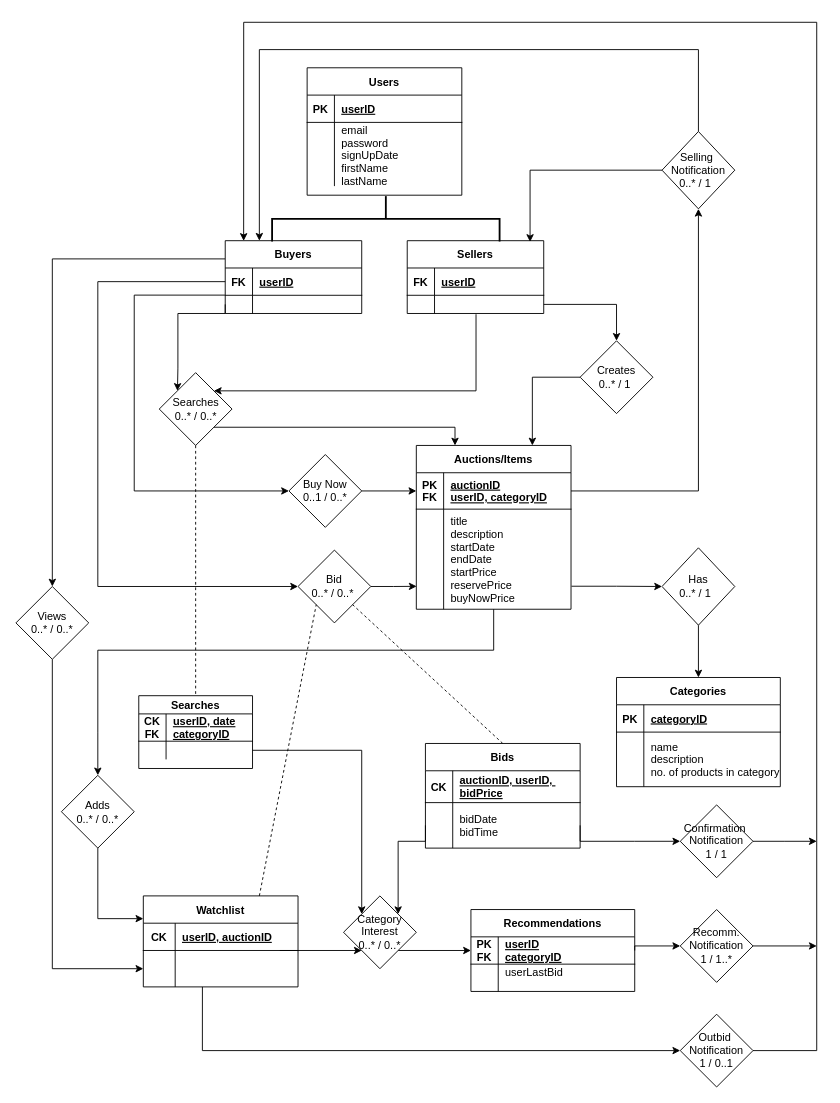
Above: ER_diagram.drawio in shaundbs/databases-coursework (draw.io), before the change. Source tidied: cells renumbered, new cells numbered last; positions are measured from the earlier drawing's top-left corner, leaving out a move shared by most shapes. Both pictures are drawn from the tidied source at 91%, with x=0, y=0 at pixel (15, 22).
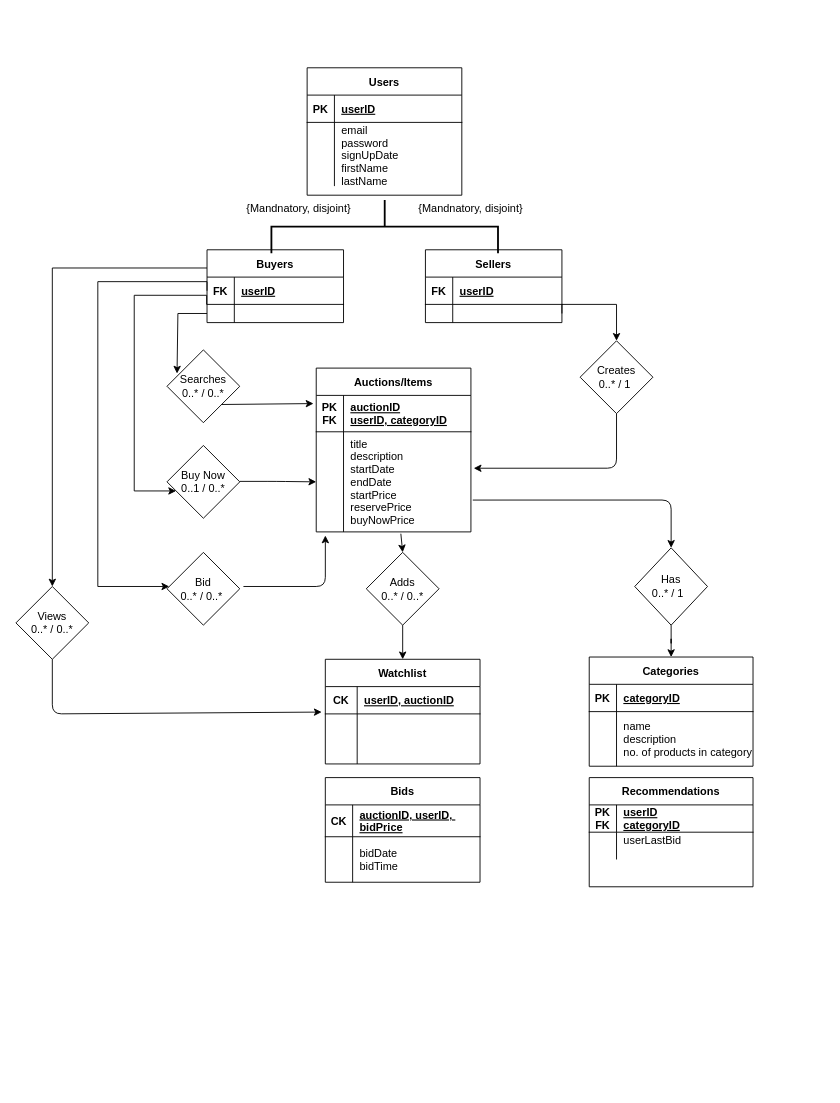
After the change.

The change refers to these unchanged cells:
```xml
<mxCell id="4" style="shape=partialRectangle;fillColor=none;points=[[0,0.5],[1,0.5]];portConstraint=eastwest;top=0;left=0;right=0;bottom=1;" parent="3" vertex="1">
  <mxGeometry y="30" width="150" height="30" as="geometry" />
</mxCell>
<mxCell id="7" style="shape=partialRectangle;fillColor=none;points=[[0,0.5],[1,0.5]];portConstraint=eastwest;top=0;left=0;right=0;bottom=0;" parent="3" vertex="1">
  <mxGeometry y="60" width="150" height="20" as="geometry" />
</mxCell>
<mxCell id="14" style="shape=partialRectangle;fillColor=none;points=[[0,0.5],[1,0.5]];portConstraint=eastwest;top=0;left=0;right=0;bottom=0;" parent="10" vertex="1">
  <mxGeometry y="60" width="150" height="20" as="geometry" />
</mxCell>
<mxCell id="26" value="Creates&lt;br&gt;0..* / 1&amp;nbsp;" style="rhombus;whiteSpace=wrap;html=1;" parent="1" vertex="1">
  <mxGeometry x="620" y="350" width="80" height="80" as="geometry" />
</mxCell>
<mxCell id="42" style="shape=partialRectangle;fillColor=none;points=[[0,0.5],[1,0.5]];portConstraint=eastwest;top=0;left=0;right=0;bottom=1;" parent="41" vertex="1">
  <mxGeometry y="30" width="170" height="40" as="geometry" />
</mxCell>
<mxCell id="45" style="shape=partialRectangle;fillColor=none;points=[[0,0.5],[1,0.5]];portConstraint=eastwest;top=0;left=0;right=0;bottom=0;" parent="41" vertex="1">
  <mxGeometry y="70" width="170" height="110" as="geometry" />
</mxCell>
<mxCell id="57" value="Views&lt;br&gt;0..* / 0..*" style="rhombus;whiteSpace=wrap;html=1;" parent="1" vertex="1">
  <mxGeometry y="620" width="80" height="80" as="geometry" />
</mxCell>
<mxCell id="84" style="shape=partialRectangle;fillColor=none;top=0;left=0;bottom=1;right=0;points=[[0,0.5],[1,0.5]];portConstraint=eastwest;" parent="83" vertex="1">
  <mxGeometry y="30" width="180" height="30" as="geometry" />
</mxCell>
<mxCell id="94" style="shape=partialRectangle;fillColor=none;points=[[0,0.5],[1,0.5]];portConstraint=eastwest;top=0;left=0;right=0;bottom=0;" parent="90" vertex="1">
  <mxGeometry y="65" width="170" height="50" as="geometry" />
</mxCell>
```

Change to the diagram source:
```diff
@@
     <mxCell id="3" value="Buyers" style="shape=table;startSize=30;childLayout=tableLayout;rowLines=0;fontStyle=1;align=center;" parent="1" vertex="1">
-      <mxGeometry x="230" y="240" width="150" height="80" as="geometry" />
+      <mxGeometry x="210" y="250" width="150" height="80" as="geometry" />
     </mxCell>
@@
     <mxCell id="10" value="Sellers" style="shape=table;startSize=30;childLayout=tableLayout;rowLines=0;fontStyle=1;align=center;" parent="1" vertex="1">
-      <mxGeometry x="430" y="240" width="150" height="80" as="geometry" />
+      <mxGeometry x="450" y="250" width="150" height="80" as="geometry" />
     </mxCell>
@@
     <mxCell id="17" style="strokeWidth=2;html=1;shape=mxgraph.flowchart.annotation_2;align=left;labelPosition=right;rotation=90;" parent="1" vertex="1">
-      <mxGeometry x="381.5" y="91" width="50" height="250" as="geometry" />
+      <mxGeometry x="376" y="100" width="58.5" height="249" as="geometry" />
     </mxCell>
@@
-    <mxCell id="25" style="edgeStyle=orthogonalEdgeStyle;rounded=0;jettySize=auto;html=1;exitX=0;exitY=0.5;exitDx=0;exitDy=0;entryX=0.75;entryY=0;entryDx=0;entryDy=0;" parent="1" edge="1" source="26" target="41">
-      <mxGeometry relative="1" as="geometry" />
-    </mxCell>
@@
-    <mxCell id="28" style="edgeStyle=orthogonalEdgeStyle;rounded=0;jettySize=auto;html=1;exitX=1;exitY=1;exitDx=0;exitDy=0;entryX=0.25;entryY=0;entryDx=0;entryDy=0;" parent="1" edge="1" source="29" target="41">
-      <mxGeometry relative="1" as="geometry">
-        <Array as="points">
-          <mxPoint x="483" y="445" />
-        </Array>
-      </mxGeometry>
-    </mxCell>
     <mxCell id="29" value="Searches&lt;br&gt;0..* / 0..*" style="rhombus;whiteSpace=wrap;html=1;" parent="1" vertex="1">
-      <mxGeometry x="157.5" y="385" width="80" height="80" as="geometry" />
+      <mxGeometry x="166" y="360" width="80" height="80" as="geometry" />
     </mxCell>
-    <mxCell id="30" style="edgeStyle=orthogonalEdgeStyle;rounded=0;jettySize=auto;html=1;entryX=0;entryY=0;entryDx=0;entryDy=0;" parent="1" edge="1" target="29">
+    <mxCell id="30" style="edgeStyle=orthogonalEdgeStyle;rounded=0;jettySize=auto;html=1;entryX=0.138;entryY=0.325;entryDx=0;entryDy=0;exitX=0;exitY=0.5;exitDx=0;exitDy=0;entryPerimeter=0;" parent="1" edge="1" source="7" target="29">
       <mxGeometry relative="1" as="geometry">
-        <mxPoint x="230" y="310" as="sourcePoint" />
         <Array as="points">
-          <mxPoint x="230" y="320" />
           <mxPoint x="178" y="320" />
-          <mxPoint x="178" y="380" />
         </Array>
       </mxGeometry>
     </mxCell>
     <mxCell id="31" value="Bid&lt;br&gt;0..* / 0..*&amp;nbsp;" style="rhombus;whiteSpace=wrap;html=1;" parent="1" vertex="1">
-      <mxGeometry x="310" y="580" width="80" height="80" as="geometry" />
+      <mxGeometry x="166" y="582.5" width="80" height="80" as="geometry" />
     </mxCell>
-    <mxCell id="32" style="edgeStyle=orthogonalEdgeStyle;rounded=0;jettySize=auto;html=1;entryX=0;entryY=0.5;entryDx=0;entryDy=0;exitX=0;exitY=0.5;exitDx=0;exitDy=0;" parent="1" edge="1" source="4" target="31">
+    <mxCell id="32" style="edgeStyle=orthogonalEdgeStyle;rounded=0;jettySize=auto;html=1;exitX=0;exitY=0.5;exitDx=0;exitDy=0;" parent="1" edge="1" source="4" target="31">
       <mxGeometry relative="1" as="geometry">
         <Array as="points">
+          <mxPoint x="210" y="285" />
           <mxPoint x="90" y="285" />
           <mxPoint x="90" y="620" />
         </Array>
       </mxGeometry>
     </mxCell>
-    <mxCell id="33" style="edgeStyle=orthogonalEdgeStyle;rounded=0;jettySize=auto;html=1;exitX=1;exitY=0.5;exitDx=0;exitDy=0;entryX=0.002;entryY=0.771;entryDx=0;entryDy=0;entryPerimeter=0;" parent="1" edge="1" source="31" target="45">
-      <mxGeometry relative="1" as="geometry" />
-    </mxCell>
     <mxCell id="34" value="Adds&lt;br&gt;0..* / 0..*" style="rhombus;whiteSpace=wrap;html=1;" parent="1" vertex="1">
-      <mxGeometry x="50" y="827.5" width="80" height="80" as="geometry" />
+      <mxGeometry x="385" y="582.5" width="80" height="80" as="geometry" />
     </mxCell>
-    <mxCell id="35" style="edgeStyle=orthogonalEdgeStyle;rounded=0;jettySize=auto;html=1;entryX=0.5;entryY=0;entryDx=0;entryDy=0;exitX=0.5;exitY=1;exitDx=0;exitDy=0;" parent="1" edge="1" source="41" target="34">
-      <mxGeometry relative="1" as="geometry">
-        <Array as="points">
-          <mxPoint x="525" y="690" />
-          <mxPoint x="90" y="690" />
-          <mxPoint x="90" y="780" />
-        </Array>
-      </mxGeometry>
-    </mxCell>
-    <mxCell id="36" style="edgeStyle=orthogonalEdgeStyle;rounded=0;jettySize=auto;html=1;entryX=0;entryY=0.25;entryDx=0;entryDy=0;exitX=0.5;exitY=1;exitDx=0;exitDy=0;" parent="1" edge="1" source="34" target="76">
-      <mxGeometry relative="1" as="geometry">
-        <Array as="points">
-          <mxPoint x="90" y="985" />
-        </Array>
-      </mxGeometry>
-    </mxCell>
@@
     <mxCell id="38" value="Has&lt;br&gt;0..* / 1 &amp;nbsp;" style="rhombus;whiteSpace=wrap;html=1;" parent="1" vertex="1">
-      <mxGeometry x="710" y="577.5" width="80" height="85" as="geometry" />
+      <mxGeometry x="680" y="577.5" width="80" height="85" as="geometry" />
     </mxCell>
-    <mxCell id="39" style="edgeStyle=orthogonalEdgeStyle;rounded=0;jettySize=auto;html=1;entryX=0;entryY=1;entryDx=0;entryDy=0;" parent="1" edge="1" target="48">
-      <mxGeometry relative="1" as="geometry">
-        <mxPoint x="290" y="1020" as="sourcePoint" />
-        <Array as="points">
-          <mxPoint x="290" y="1020" />
-        </Array>
-      </mxGeometry>
-    </mxCell>
-    <mxCell id="40" style="edgeStyle=orthogonalEdgeStyle;rounded=0;jettySize=auto;html=1;exitX=1;exitY=1;exitDx=0;exitDy=0;entryX=0;entryY=0.5;entryDx=0;entryDy=0;" parent="1" edge="1" source="48" target="84">
-      <mxGeometry relative="1" as="geometry" />
-    </mxCell>
     <mxCell id="41" value="Auctions/Items" style="shape=table;startSize=30;childLayout=tableLayout;rowLines=0;fontStyle=1;align=center;" parent="1" vertex="1">
-      <mxGeometry x="440" y="465" width="170" height="180" as="geometry" />
+      <mxGeometry x="330" y="380" width="170" height="180" as="geometry" />
     </mxCell>
@@
-    <mxCell id="48" value="Category Interest&lt;br&gt;0..* / 0..*" style="rhombus;whiteSpace=wrap;html=1;" parent="1" vertex="1">
-      <mxGeometry x="360" y="960" width="80" height="80" as="geometry" />
-    </mxCell>
-    <mxCell id="49" style="edgeStyle=orthogonalEdgeStyle;rounded=0;jettySize=auto;html=1;exitX=0;exitY=0.5;exitDx=0;exitDy=0;entryX=1;entryY=0;entryDx=0;entryDy=0;" parent="1" edge="1" source="94" target="48">
-      <mxGeometry relative="1" as="geometry">
-        <Array as="points">
-          <mxPoint x="450" y="900" />
-          <mxPoint x="420" y="900" />
-        </Array>
-      </mxGeometry>
-    </mxCell>
-    <mxCell id="50" style="edgeStyle=orthogonalEdgeStyle;rounded=0;jettySize=auto;html=1;exitX=1;exitY=0.5;exitDx=0;exitDy=0;entryX=0.135;entryY=0.003;entryDx=0;entryDy=0;entryPerimeter=0;" parent="1" edge="1" source="61" target="3">
-      <mxGeometry relative="1" as="geometry">
-        <Array as="points">
-          <mxPoint x="880" y="1130" />
-          <mxPoint x="880" />
-          <mxPoint x="250" />
-          <mxPoint x="250" y="240" />
-        </Array>
-      </mxGeometry>
-    </mxCell>
-    <mxCell id="51" value="Recomm.&lt;br&gt;Notification&lt;br&gt;1 / 1..*" style="rhombus;whiteSpace=wrap;html=1;" parent="1" vertex="1">
-      <mxGeometry x="730" y="975" width="80" height="80" as="geometry" />
-    </mxCell>
-    <mxCell id="52" style="edgeStyle=orthogonalEdgeStyle;rounded=0;jettySize=auto;html=1;entryX=0;entryY=0.5;entryDx=0;entryDy=0;exitX=0.382;exitY=1.001;exitDx=0;exitDy=0;exitPerimeter=0;" parent="1" edge="1" source="80" target="61">
-      <mxGeometry relative="1" as="geometry">
-        <Array as="points">
-          <mxPoint x="205" y="1130" />
-        </Array>
-      </mxGeometry>
-    </mxCell>
-    <mxCell id="53" style="edgeStyle=orthogonalEdgeStyle;rounded=0;jettySize=auto;html=1;entryX=0;entryY=0.5;entryDx=0;entryDy=0;exitX=1;exitY=0.5;exitDx=0;exitDy=0;" parent="1" edge="1" source="84" target="51">
-      <mxGeometry relative="1" as="geometry">
-        <Array as="points">
-          <mxPoint x="680" y="1015" />
-        </Array>
-      </mxGeometry>
-    </mxCell>
-    <mxCell id="54" style="edgeStyle=orthogonalEdgeStyle;rounded=0;jettySize=auto;html=1;exitX=1;exitY=0.5;exitDx=0;exitDy=0;entryX=0;entryY=0.5;entryDx=0;entryDy=0;" parent="1" edge="1" source="94" target="63">
-      <mxGeometry relative="1" as="geometry">
-        <Array as="points">
-          <mxPoint x="680" y="900" />
-          <mxPoint x="680" y="900" />
-        </Array>
-      </mxGeometry>
-    </mxCell>
-    <mxCell id="55" style="endArrow=none;dashed=1;html=1;entryX=1;entryY=1;entryDx=0;entryDy=0;exitX=0.5;exitY=0;exitDx=0;exitDy=0;" parent="1" edge="1" source="90" target="31">
-      <mxGeometry relative="1" as="geometry" />
-    </mxCell>
-    <mxCell id="56" style="edgeStyle=orthogonalEdgeStyle;rounded=0;jettySize=auto;html=1;exitX=0.5;exitY=1;exitDx=0;exitDy=0;entryX=0;entryY=0.5;entryDx=0;entryDy=0;" parent="1" edge="1" source="57" target="80">
-      <mxGeometry relative="1" as="geometry">
-        <Array as="points">
-          <mxPoint x="40" y="1040" />
-        </Array>
-      </mxGeometry>
-    </mxCell>
@@
-    <mxCell id="58" style="endArrow=none;dashed=1;html=1;exitX=0.5;exitY=1;exitDx=0;exitDy=0;entryX=0.5;entryY=0;entryDx=0;entryDy=0;" parent="1" edge="1" source="29" target="69">
-      <mxGeometry relative="1" as="geometry" />
-    </mxCell>
-    <mxCell id="59" style="edgeStyle=orthogonalEdgeStyle;rounded=0;jettySize=auto;html=1;exitX=1;exitY=0.5;exitDx=0;exitDy=0;entryX=0;entryY=0;entryDx=0;entryDy=0;" parent="1" edge="1" source="73" target="48">
-      <mxGeometry relative="1" as="geometry" />
-    </mxCell>
-    <mxCell id="60" style="edgeStyle=orthogonalEdgeStyle;rounded=0;jettySize=auto;html=1;exitX=1;exitY=0.5;exitDx=0;exitDy=0;" parent="1" edge="1" source="51">
-      <mxGeometry relative="1" as="geometry">
-        <mxPoint x="880" y="1015" as="targetPoint" />
-        <Array as="points">
-          <mxPoint x="880" y="1015" />
-        </Array>
-      </mxGeometry>
-    </mxCell>
-    <mxCell id="61" value="Outbid&amp;nbsp;&lt;br&gt;Notification&lt;br&gt;1 / 0..1" style="rhombus;whiteSpace=wrap;html=1;" parent="1" vertex="1">
-      <mxGeometry x="730" y="1090" width="80" height="80" as="geometry" />
-    </mxCell>
-    <mxCell id="62" style="edgeStyle=orthogonalEdgeStyle;rounded=0;jettySize=auto;html=1;exitX=1;exitY=0.5;exitDx=0;exitDy=0;" parent="1" edge="1" source="63">
-      <mxGeometry relative="1" as="geometry">
-        <mxPoint x="880" y="900" as="targetPoint" />
-      </mxGeometry>
-    </mxCell>
-    <mxCell id="63" value="Confirmation&amp;nbsp;&lt;br&gt;Notification&lt;br&gt;1 / 1" style="rhombus;whiteSpace=wrap;html=1;" parent="1" vertex="1">
-      <mxGeometry x="730" y="860" width="80" height="80" as="geometry" />
-    </mxCell>
-    <mxCell id="64" style="edgeStyle=orthogonalEdgeStyle;rounded=0;jettySize=auto;html=1;exitX=1;exitY=0.5;exitDx=0;exitDy=0;entryX=0;entryY=0.5;entryDx=0;entryDy=0;" parent="1" edge="1" source="65" target="42">
-      <mxGeometry relative="1" as="geometry">
-        <Array as="points">
-          <mxPoint x="380" y="515" />
-        </Array>
-      </mxGeometry>
-    </mxCell>
     <mxCell id="65" value="Buy Now&lt;br&gt;0..1 / 0..*" style="rhombus;whiteSpace=wrap;html=1;" parent="1" vertex="1">
-      <mxGeometry x="300" y="475" width="80" height="80" as="geometry" />
+      <mxGeometry x="166" y="465" width="80" height="80" as="geometry" />
     </mxCell>
-    <mxCell id="66" style="edgeStyle=orthogonalEdgeStyle;rounded=0;jettySize=auto;html=1;exitX=-0.003;exitY=-0.01;exitDx=0;exitDy=0;entryX=0;entryY=0.5;entryDx=0;entryDy=0;exitPerimeter=0;" parent="1" edge="1" source="7" target="65">
+    <mxCell id="66" style="edgeStyle=orthogonalEdgeStyle;rounded=0;jettySize=auto;html=1;exitX=-0.003;exitY=-0.01;exitDx=0;exitDy=0;exitPerimeter=0;" parent="1" edge="1" source="7" target="65">
       <mxGeometry relative="1" as="geometry">
         <Array as="points">
+          <mxPoint x="210" y="300" />
           <mxPoint x="130" y="300" />
           <mxPoint x="130" y="515" />
         </Array>
       </mxGeometry>
     </mxCell>
-    <mxCell id="67" style="edgeStyle=orthogonalEdgeStyle;rounded=0;jettySize=auto;html=1;exitX=1.003;exitY=0.77;exitDx=0;exitDy=0;entryX=0;entryY=0.5;entryDx=0;entryDy=0;exitPerimeter=0;" parent="1" edge="1" source="45" target="38">
-      <mxGeometry relative="1" as="geometry" />
-    </mxCell>
-    <mxCell id="68" style="endArrow=none;dashed=1;html=1;entryX=0;entryY=1;entryDx=0;entryDy=0;exitX=0.75;exitY=0;exitDx=0;exitDy=0;" parent="1" edge="1" source="76" target="31">
-      <mxGeometry relative="1" as="geometry" />
-    </mxCell>
-    <mxCell id="69" value="Searches" style="shape=table;startSize=20;childLayout=tableLayout;rowLines=0;fontStyle=1;align=center;" parent="1" vertex="1">
-      <mxGeometry x="135" y="740" width="125" height="80" as="geometry" />
-    </mxCell>
-    <mxCell id="70" style="shape=partialRectangle;fillColor=none;top=0;left=0;right=0;bottom=1;" parent="69" vertex="1">
-      <mxGeometry y="20" width="125" height="30" as="geometry" />
-    </mxCell>
-    <mxCell id="71" value="CK&#10;FK" style="shape=partialRectangle;overflow=hidden;fillColor=none;top=0;left=0;bottom=0;right=0;fontStyle=1;" parent="70" vertex="1">
-      <mxGeometry width="30" height="30" as="geometry" />
-    </mxCell>
-    <mxCell id="72" value="userID, date&#10;categoryID" style="shape=partialRectangle;overflow=hidden;fillColor=none;top=0;left=0;bottom=0;right=0;align=left;spacingLeft=6;fontStyle=5;" parent="70" vertex="1">
-      <mxGeometry x="30" width="95" height="30" as="geometry" />
-    </mxCell>
-    <mxCell id="73" style="shape=partialRectangle;fillColor=none;points=[[0,0.5],[1,0.5]];portConstraint=eastwest;top=0;left=0;right=0;bottom=0;" parent="69" vertex="1">
-      <mxGeometry y="50" width="125" height="20" as="geometry" />
-    </mxCell>
-    <mxCell id="74" style="shape=partialRectangle;overflow=hidden;fillColor=none;top=0;left=0;bottom=0;right=0;" parent="73" vertex="1">
-      <mxGeometry width="30" height="20" as="geometry" />
-    </mxCell>
-    <mxCell id="75" style="shape=partialRectangle;overflow=hidden;fillColor=none;top=0;left=0;bottom=0;right=0;align=left;spacingLeft=6;" parent="73" vertex="1">
-      <mxGeometry x="30" width="95" height="20" as="geometry" />
-    </mxCell>
     <mxCell id="76" value="Watchlist" style="shape=table;startSize=30;childLayout=tableLayout;rowLines=0;fontStyle=1;align=center;" parent="1" vertex="1">
-      <mxGeometry x="140" y="960" width="170" height="100" as="geometry" />
+      <mxGeometry x="340" y="700" width="170" height="115" as="geometry" />
     </mxCell>
@@
     <mxCell id="80" style="shape=partialRectangle;fillColor=none;points=[[0,0.5],[1,0.5]];portConstraint=eastwest;top=0;left=0;right=0;bottom=0;" parent="76" vertex="1">
-      <mxGeometry y="60" width="170" height="40" as="geometry" />
+      <mxGeometry y="60" width="170" height="55" as="geometry" />
     </mxCell>
     <mxCell id="81" style="shape=partialRectangle;overflow=hidden;fillColor=none;top=0;left=0;bottom=0;right=0;" parent="80" vertex="1">
-      <mxGeometry width="35" height="40" as="geometry" />
+      <mxGeometry width="35" height="55" as="geometry" />
     </mxCell>
     <mxCell id="82" style="shape=partialRectangle;overflow=hidden;fillColor=none;top=0;left=0;bottom=0;right=0;align=left;spacingLeft=6;" parent="80" vertex="1">
-      <mxGeometry x="35" width="135" height="40" as="geometry" />
+      <mxGeometry x="35" width="135" height="55" as="geometry" />
     </mxCell>
     <mxCell id="83" value="Recommendations" style="shape=table;startSize=30;childLayout=tableLayout;rowLines=0;fontStyle=1;align=center;" parent="1" vertex="1">
-      <mxGeometry x="500" y="975" width="180" height="90" as="geometry" />
+      <mxGeometry x="630" y="830" width="180" height="120" as="geometry" />
     </mxCell>
@@
     <mxCell id="90" value="Bids" style="shape=table;startSize=30;childLayout=tableLayout;rowLines=0;fontStyle=1;align=center;" parent="1" vertex="1">
-      <mxGeometry x="450" y="792.5" width="170" height="115" as="geometry" />
+      <mxGeometry x="340" y="830" width="170" height="115" as="geometry" />
     </mxCell>
@@
     <mxCell id="97" value="Categories" style="shape=table;startSize=30;childLayout=tableLayout;rowLines=0;fontStyle=1;align=center;" parent="1" vertex="1">
-      <mxGeometry x="660" y="720" width="180" height="120" as="geometry" />
+      <mxGeometry x="630" y="697.5" width="180" height="120" as="geometry" />
     </mxCell>
@@
-    <mxCell id="104" style="edgeStyle=orthogonalEdgeStyle;rounded=0;jettySize=auto;html=1;exitX=1;exitY=0.5;exitDx=0;exitDy=0;entryX=0.5;entryY=1;entryDx=0;entryDy=0;" parent="1" edge="1" source="42" target="107">
-      <mxGeometry relative="1" as="geometry">
-        <Array as="points">
-          <mxPoint x="750" y="515" />
-        </Array>
-      </mxGeometry>
-    </mxCell>
-    <mxCell id="105" style="edgeStyle=orthogonalEdgeStyle;rounded=0;jettySize=auto;html=1;exitX=0;exitY=0.5;exitDx=0;exitDy=0;entryX=0.9;entryY=0.017;entryDx=0;entryDy=0;entryPerimeter=0;" parent="1" edge="1" source="107" target="10">
-      <mxGeometry relative="1" as="geometry">
-        <Array as="points">
-          <mxPoint x="565" y="163" />
-        </Array>
-      </mxGeometry>
-    </mxCell>
-    <mxCell id="106" style="edgeStyle=orthogonalEdgeStyle;rounded=0;jettySize=auto;html=1;exitX=0.5;exitY=0;exitDx=0;exitDy=0;entryX=0.25;entryY=0;entryDx=0;entryDy=0;" parent="1" edge="1" source="107" target="3">
-      <mxGeometry relative="1" as="geometry">
-        <Array as="points">
-          <mxPoint x="750" y="30" />
-          <mxPoint x="268" y="30" />
-        </Array>
-      </mxGeometry>
-    </mxCell>
-    <mxCell id="107" value="Selling&amp;nbsp;&lt;br&gt;Notification&lt;br&gt;0..* / 1 &amp;nbsp;" style="rhombus;whiteSpace=wrap;html=1;" parent="1" vertex="1">
-      <mxGeometry x="710" y="120" width="80" height="85" as="geometry" />
-    </mxCell>
-    <mxCell id="108" style="edgeStyle=orthogonalEdgeStyle;rounded=0;jettySize=auto;html=1;entryX=1;entryY=0;entryDx=0;entryDy=0;exitX=0.504;exitY=1.041;exitDx=0;exitDy=0;exitPerimeter=0;" parent="1" edge="1" source="14" target="29">
-      <mxGeometry relative="1" as="geometry">
-        <Array as="points">
-          <mxPoint x="506" y="405" />
-        </Array>
-      </mxGeometry>
-    </mxCell>
+    <mxCell id="109" value="{Mandnatory, disjoint}" style="text;html=1;strokeColor=none;fillColor=none;align=center;verticalAlign=middle;whiteSpace=wrap;rounded=0;" parent="1" vertex="1">
+      <mxGeometry x="246" y="190" width="130" height="30" as="geometry" />
+    </mxCell>
+    <mxCell id="110" value="{Mandnatory, disjoint}" style="text;html=1;strokeColor=none;fillColor=none;align=center;verticalAlign=middle;whiteSpace=wrap;rounded=0;" parent="1" vertex="1">
+      <mxGeometry x="434.5" y="190" width="130" height="30" as="geometry" />
+    </mxCell>
+    <mxCell id="111" style="endArrow=classic;html=1;exitX=1;exitY=1;exitDx=0;exitDy=0;" parent="1" edge="1" source="29">
+      <mxGeometry relative="1" as="geometry">
+        <mxPoint x="327" y="419" as="targetPoint" />
+      </mxGeometry>
+    </mxCell>
+    <mxCell id="112" style="endArrow=classic;html=1;entryX=0;entryY=0.5;entryDx=0;entryDy=0;" parent="1" edge="1" target="45">
+      <mxGeometry relative="1" as="geometry">
+        <mxPoint x="246" y="504.5" as="sourcePoint" />
+        <Array as="points">
+          <mxPoint x="286" y="504.5" />
+        </Array>
+      </mxGeometry>
+    </mxCell>
+    <mxCell id="113" style="endArrow=classic;html=1;entryX=0.059;entryY=1.036;entryDx=0;entryDy=0;entryPerimeter=0;" parent="1" edge="1" target="45">
+      <mxGeometry relative="1" as="geometry">
+        <mxPoint x="250" y="620" as="sourcePoint" />
+        <Array as="points">
+          <mxPoint x="340" y="620" />
+        </Array>
+      </mxGeometry>
+    </mxCell>
+    <mxCell id="114" style="endArrow=classic;html=1;exitX=0.5;exitY=1;exitDx=0;exitDy=0;entryX=1.018;entryY=0.364;entryDx=0;entryDy=0;entryPerimeter=0;" parent="1" edge="1" source="26" target="45">
+      <mxGeometry relative="1" as="geometry">
+        <Array as="points">
+          <mxPoint x="660" y="490" />
+        </Array>
+      </mxGeometry>
+    </mxCell>
+    <mxCell id="115" style="endArrow=classic;html=1;exitX=0.5;exitY=1;exitDx=0;exitDy=0;" parent="1" edge="1" source="57">
+      <mxGeometry relative="1" as="geometry">
+        <mxPoint x="336" y="758" as="targetPoint" />
+        <Array as="points">
+          <mxPoint x="40" y="760" />
+        </Array>
+      </mxGeometry>
+    </mxCell>
+    <mxCell id="116" style="endArrow=classic;html=1;exitX=0.547;exitY=1.018;exitDx=0;exitDy=0;exitPerimeter=0;entryX=0.5;entryY=0;entryDx=0;entryDy=0;" parent="1" edge="1" source="45" target="34">
+      <mxGeometry relative="1" as="geometry" />
+    </mxCell>
+    <mxCell id="36" style="endArrow=classic;html=1;entryX=0.5;entryY=0;entryDx=0;entryDy=0;exitX=0.5;exitY=1;exitDx=0;exitDy=0;" parent="1" edge="1" source="34" target="76">
+      <mxGeometry relative="1" as="geometry" />
+    </mxCell>
+    <mxCell id="67" style="endArrow=classic;html=1;exitX=1.012;exitY=0.682;exitDx=0;exitDy=0;exitPerimeter=0;entryX=0.5;entryY=0;entryDx=0;entryDy=0;" parent="1" edge="1" source="45" target="38">
+      <mxGeometry relative="1" as="geometry">
+        <Array as="points">
+          <mxPoint x="720" y="525" />
+        </Array>
+      </mxGeometry>
+    </mxCell>
```
